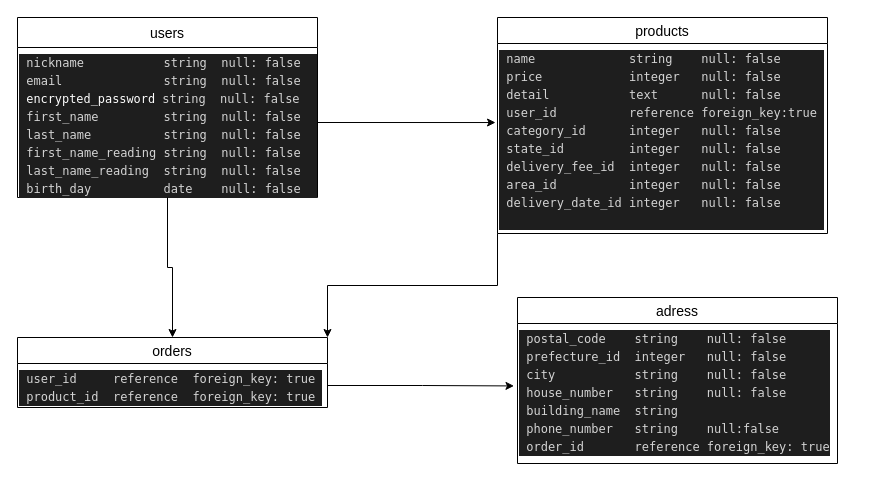
yuki986/furima-32624 keeps this draw.io diagram as furima.dio. Above is the earlier version. Source tidied: cells renumbered, new cells numbered last; positions are measured from the earlier drawing's top-left corner, leaving out a move shared by most shapes. Both pictures are drawn from the tidied source at 100%, with x=0, y=0 at pixel (17, 17).
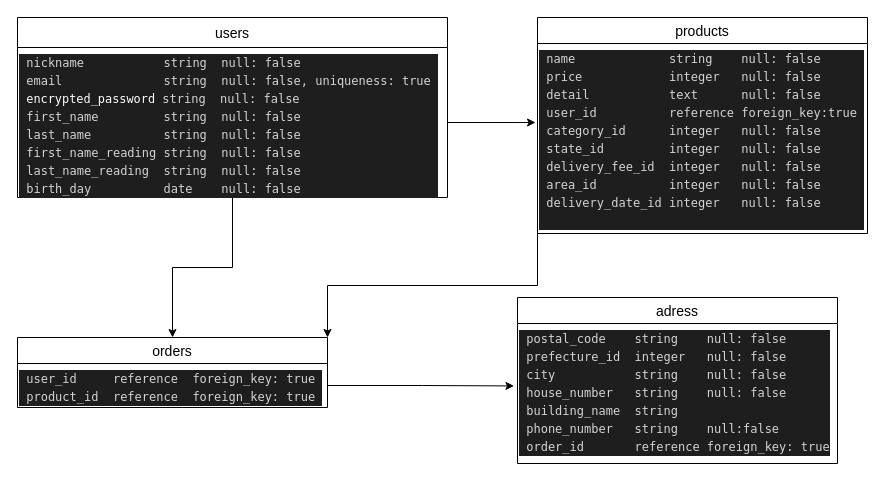
Above is the later version.

Change to the diagram source:
```diff
@@
 <mxGraphModel>
   <root>
     <mxCell id="0" />
     <mxCell id="1" parent="0" />
     <mxCell id="2" value="users" style="swimlane;fontStyle=0;horizontal=1;startSize=30;align=center;fontSize=14;" parent="1" vertex="1">
-      <mxGeometry width="300" height="180" as="geometry" />
+      <mxGeometry width="430" height="180" as="geometry" />
     </mxCell>
-    <mxCell id="3" value="&lt;div style=&quot;background-color: rgb(30 , 30 , 30) ; font-family: &amp;#34;menlo&amp;#34; , &amp;#34;monaco&amp;#34; , &amp;#34;courier new&amp;#34; , monospace ; font-weight: normal ; font-size: 12px ; line-height: 18px&quot;&gt;&lt;div style=&quot;color: rgb(212 , 212 , 212)&quot;&gt;&lt;span style=&quot;color: #d4d4d4&quot;&gt;&amp;nbsp;nickname&amp;nbsp; &amp;nbsp; &amp;nbsp; &amp;nbsp; &amp;nbsp; &amp;nbsp;string&amp;nbsp; null: false&amp;nbsp;&lt;/span&gt;&lt;/div&gt;&lt;div style=&quot;color: rgb(212 , 212 , 212)&quot;&gt;&lt;span style=&quot;color: #d4d4d4&quot;&gt;&amp;nbsp;email&amp;nbsp; &amp;nbsp; &amp;nbsp; &amp;nbsp; &amp;nbsp; &amp;nbsp; &amp;nbsp; string&amp;nbsp; null: false&amp;nbsp;&lt;/span&gt;&lt;/div&gt;&lt;div&gt;&lt;span style=&quot;color: rgb(212 , 212 , 212)&quot;&gt;&amp;nbsp;&lt;/span&gt;&lt;span style=&quot;background-color: rgba(27 , 31 , 35 , 0.05) ; font-size: 11.9px&quot;&gt;&lt;font color=&quot;#ffffff&quot;&gt;encrypted_password&lt;/font&gt;&lt;/span&gt;&lt;font color=&quot;#d4d4d4&quot;&gt;&amp;nbsp;string&amp;nbsp; null: false&amp;nbsp;&lt;/font&gt;&lt;/div&gt;&lt;div style=&quot;color: rgb(212 , 212 , 212)&quot;&gt;&lt;span style=&quot;color: #d4d4d4&quot;&gt;&amp;nbsp;first_name&amp;nbsp; &amp;nbsp; &amp;nbsp; &amp;nbsp; &amp;nbsp;string&amp;nbsp; null: false&amp;nbsp;&lt;/span&gt;&lt;/div&gt;&lt;div style=&quot;color: rgb(212 , 212 , 212)&quot;&gt;&lt;span style=&quot;color: #d4d4d4&quot;&gt;&amp;nbsp;last_name&amp;nbsp; &amp;nbsp; &amp;nbsp; &amp;nbsp; &amp;nbsp; string&amp;nbsp; null: false&amp;nbsp;&lt;/span&gt;&lt;/div&gt;&lt;div style=&quot;color: rgb(212 , 212 , 212)&quot;&gt;&lt;span style=&quot;color: #d4d4d4&quot;&gt;&amp;nbsp;first_name_reading string&amp;nbsp; null: false &lt;/span&gt;&amp;nbsp;last_name_reading&amp;nbsp; string&amp;nbsp; null: false&amp;nbsp;&lt;/div&gt;&lt;div style=&quot;color: rgb(212 , 212 , 212)&quot;&gt;&lt;span style=&quot;color: #d4d4d4&quot;&gt;&amp;nbsp;birth_day&amp;nbsp; &amp;nbsp; &amp;nbsp; &amp;nbsp; &amp;nbsp; date&amp;nbsp; &amp;nbsp; null: false&amp;nbsp;&lt;/span&gt;&lt;/div&gt;&lt;/div&gt;" style="text;whiteSpace=wrap;html=1;" parent="2" vertex="1">
-      <mxGeometry y="30" width="300" height="150" as="geometry" />
+    <mxCell id="3" value="&lt;div style=&quot;background-color: rgb(30 , 30 , 30) ; font-family: &amp;#34;menlo&amp;#34; , &amp;#34;monaco&amp;#34; , &amp;#34;courier new&amp;#34; , monospace ; font-weight: normal ; font-size: 12px ; line-height: 18px&quot;&gt;&lt;div style=&quot;color: rgb(212 , 212 , 212)&quot;&gt;&lt;span style=&quot;color: #d4d4d4&quot;&gt;&amp;nbsp;nickname&amp;nbsp; &amp;nbsp; &amp;nbsp; &amp;nbsp; &amp;nbsp; &amp;nbsp;string&amp;nbsp; null: false&amp;nbsp;&lt;/span&gt;&lt;/div&gt;&lt;div style=&quot;color: rgb(212 , 212 , 212)&quot;&gt;&lt;span style=&quot;color: #d4d4d4&quot;&gt;&amp;nbsp;email&amp;nbsp; &amp;nbsp; &amp;nbsp; &amp;nbsp; &amp;nbsp; &amp;nbsp; &amp;nbsp; string&amp;nbsp; null: false, uniqueness: true&amp;nbsp;&lt;/span&gt;&lt;/div&gt;&lt;div&gt;&lt;span style=&quot;color: rgb(212 , 212 , 212)&quot;&gt;&amp;nbsp;&lt;/span&gt;&lt;span style=&quot;background-color: rgba(27 , 31 , 35 , 0.05) ; font-size: 11.9px&quot;&gt;&lt;font color=&quot;#ffffff&quot;&gt;encrypted_password&lt;/font&gt;&lt;/span&gt;&lt;font color=&quot;#d4d4d4&quot;&gt;&amp;nbsp;string&amp;nbsp; null: false&amp;nbsp;&lt;/font&gt;&lt;/div&gt;&lt;div style=&quot;color: rgb(212 , 212 , 212)&quot;&gt;&lt;span style=&quot;color: #d4d4d4&quot;&gt;&amp;nbsp;first_name&amp;nbsp; &amp;nbsp; &amp;nbsp; &amp;nbsp; &amp;nbsp;string&amp;nbsp; null: false&amp;nbsp;&lt;/span&gt;&lt;/div&gt;&lt;div style=&quot;color: rgb(212 , 212 , 212)&quot;&gt;&lt;span style=&quot;color: #d4d4d4&quot;&gt;&amp;nbsp;last_name&amp;nbsp; &amp;nbsp; &amp;nbsp; &amp;nbsp; &amp;nbsp; string&amp;nbsp; null: false&amp;nbsp;&lt;/span&gt;&lt;/div&gt;&lt;div style=&quot;color: rgb(212 , 212 , 212)&quot;&gt;&lt;span style=&quot;color: #d4d4d4&quot;&gt;&amp;nbsp;first_name_reading string&amp;nbsp; null: false &lt;/span&gt;&amp;nbsp;&lt;/div&gt;&lt;div style=&quot;color: rgb(212 , 212 , 212)&quot;&gt;&amp;nbsp;last_name_reading&amp;nbsp; string&amp;nbsp; null: false&amp;nbsp;&lt;/div&gt;&lt;div style=&quot;color: rgb(212 , 212 , 212)&quot;&gt;&lt;span style=&quot;color: #d4d4d4&quot;&gt;&amp;nbsp;birth_day&amp;nbsp; &amp;nbsp; &amp;nbsp; &amp;nbsp; &amp;nbsp; date&amp;nbsp; &amp;nbsp; null: false&amp;nbsp;&lt;/span&gt;&lt;/div&gt;&lt;/div&gt;" style="text;whiteSpace=wrap;html=1;" parent="2" vertex="1">
+      <mxGeometry y="30" width="430" height="150" as="geometry" />
     </mxCell>
     <mxCell id="4" value="products" style="swimlane;fontStyle=0;horizontal=1;startSize=26;align=center;fontSize=14;" parent="1" vertex="1">
-      <mxGeometry x="480" width="330" height="216" as="geometry" />
+      <mxGeometry x="520" width="330" height="216" as="geometry" />
     </mxCell>
     <mxCell id="5" value="&lt;div style=&quot;color: rgb(212 , 212 , 212) ; background-color: rgb(30 , 30 , 30) ; font-family: &amp;#34;menlo&amp;#34; , &amp;#34;monaco&amp;#34; , &amp;#34;courier new&amp;#34; , monospace ; font-weight: normal ; font-size: 12px ; line-height: 18px&quot;&gt;&lt;div&gt;&lt;span style=&quot;color: #d4d4d4&quot;&gt;&amp;nbsp;name&amp;nbsp; &amp;nbsp; &amp;nbsp; &amp;nbsp; &amp;nbsp; &amp;nbsp; &amp;nbsp;string&amp;nbsp; &amp;nbsp; null: false&amp;nbsp;&lt;/span&gt;&lt;/div&gt;&lt;div&gt;&lt;span style=&quot;color: #d4d4d4&quot;&gt;&amp;nbsp;price&amp;nbsp; &amp;nbsp; &amp;nbsp; &amp;nbsp; &amp;nbsp; &amp;nbsp; integer&amp;nbsp; &amp;nbsp;null: false&amp;nbsp;&lt;/span&gt;&lt;/div&gt;&lt;div&gt;&lt;span style=&quot;color: #d4d4d4&quot;&gt;&amp;nbsp;detail&amp;nbsp; &amp;nbsp; &amp;nbsp; &amp;nbsp; &amp;nbsp; &amp;nbsp;text&amp;nbsp; &amp;nbsp; &amp;nbsp; null: false&amp;nbsp;&lt;/span&gt;&lt;/div&gt;&lt;div&gt;&amp;nbsp;user_id&amp;nbsp; &amp;nbsp; &amp;nbsp; &amp;nbsp; &amp;nbsp; reference foreign_key:true&amp;nbsp;&lt;/div&gt;&lt;div&gt;&lt;span style=&quot;color: #d4d4d4&quot;&gt;&amp;nbsp;category_id&amp;nbsp; &amp;nbsp; &amp;nbsp; integer&amp;nbsp; &amp;nbsp;null: false&amp;nbsp;&lt;/span&gt;&lt;/div&gt;&lt;div&gt;&lt;span style=&quot;color: #d4d4d4&quot;&gt;&amp;nbsp;state_id&amp;nbsp; &amp;nbsp; &amp;nbsp; &amp;nbsp; &amp;nbsp;integer&amp;nbsp; &amp;nbsp;null: false&amp;nbsp;&lt;/span&gt;&lt;/div&gt;&lt;div&gt;&lt;span style=&quot;color: #d4d4d4&quot;&gt;&amp;nbsp;delivery_fee_id&amp;nbsp; integer&amp;nbsp; &amp;nbsp;null: false&amp;nbsp;&lt;/span&gt;&lt;/div&gt;&lt;div&gt;&lt;span style=&quot;color: #d4d4d4&quot;&gt;&amp;nbsp;area_id&amp;nbsp; &amp;nbsp; &amp;nbsp; &amp;nbsp; &amp;nbsp; integer&amp;nbsp; &amp;nbsp;null: false&amp;nbsp; &amp;nbsp; &amp;nbsp;&amp;nbsp;&lt;/span&gt;&lt;/div&gt;&lt;div&gt;&lt;span style=&quot;color: #d4d4d4&quot;&gt;&amp;nbsp;delivery_date_id integer&amp;nbsp; &amp;nbsp;null: false&amp;nbsp; &amp;nbsp; &amp;nbsp;&amp;nbsp;&lt;/span&gt;&lt;/div&gt;&lt;br&gt;&lt;/div&gt;" style="text;whiteSpace=wrap;html=1;" parent="4" vertex="1">
       <mxGeometry y="26" width="330" height="190" as="geometry" />
     </mxCell>
     <mxCell id="6" value="adress" style="swimlane;fontStyle=0;horizontal=1;startSize=26;align=center;fontSize=14;" parent="1" vertex="1">
       <mxGeometry x="500" y="280" width="320" height="166" as="geometry" />
     </mxCell>
     <mxCell id="7" value="&lt;div style=&quot;color: rgb(212 , 212 , 212) ; background-color: rgb(30 , 30 , 30) ; font-family: &amp;#34;menlo&amp;#34; , &amp;#34;monaco&amp;#34; , &amp;#34;courier new&amp;#34; , monospace ; font-weight: normal ; font-size: 12px ; line-height: 18px&quot;&gt;&lt;div&gt;&lt;span style=&quot;color: #d4d4d4&quot;&gt;&amp;nbsp;postal_code&amp;nbsp; &amp;nbsp; string&amp;nbsp; &amp;nbsp; null: false&amp;nbsp;&lt;/span&gt;&lt;/div&gt;&lt;div&gt;&lt;span style=&quot;color: #d4d4d4&quot;&gt;&amp;nbsp;prefecture_id&amp;nbsp; integer&amp;nbsp; &amp;nbsp;null: false&amp;nbsp;&lt;/span&gt;&lt;/div&gt;&lt;div&gt;&lt;span style=&quot;color: #d4d4d4&quot;&gt;&amp;nbsp;city&amp;nbsp; &amp;nbsp; &amp;nbsp; &amp;nbsp; &amp;nbsp; &amp;nbsp;string&amp;nbsp; &amp;nbsp; null: false&amp;nbsp;&lt;/span&gt;&lt;/div&gt;&lt;div&gt;&lt;span style=&quot;color: #d4d4d4&quot;&gt;&amp;nbsp;house_number&amp;nbsp; &amp;nbsp;string&amp;nbsp; &amp;nbsp; null: false&amp;nbsp;&lt;/span&gt;&lt;/div&gt;&lt;div&gt;&lt;span style=&quot;color: #d4d4d4&quot;&gt;&amp;nbsp;building_name&amp;nbsp; string&amp;nbsp;&lt;/span&gt;&lt;/div&gt;&lt;div&gt;&lt;span style=&quot;color: #d4d4d4&quot;&gt;&amp;nbsp;phone_number&amp;nbsp; &amp;nbsp;string&amp;nbsp; &amp;nbsp; null:false&amp;nbsp;&lt;/span&gt;&lt;/div&gt;&amp;nbsp;order_id&amp;nbsp; &amp;nbsp; &amp;nbsp; &amp;nbsp;reference foreign_key: true&lt;/div&gt;" style="text;whiteSpace=wrap;html=1;" parent="6" vertex="1">
       <mxGeometry y="26" width="320" height="140" as="geometry" />
     </mxCell>
     <mxCell id="8" value="orders" style="swimlane;fontStyle=0;horizontal=1;startSize=26;align=center;fontSize=14;" parent="1" vertex="1">
       <mxGeometry y="320" width="310" height="70" as="geometry" />
     </mxCell>
     <mxCell id="9" value="&lt;div style=&quot;color: rgb(212 , 212 , 212) ; background-color: rgb(30 , 30 , 30) ; font-family: &amp;#34;menlo&amp;#34; , &amp;#34;monaco&amp;#34; , &amp;#34;courier new&amp;#34; , monospace ; font-weight: normal ; font-size: 12px ; line-height: 18px&quot;&gt;&lt;div&gt;&lt;span style=&quot;color: #d4d4d4&quot;&gt;&amp;nbsp;user_id&amp;nbsp; &amp;nbsp; &amp;nbsp;reference&amp;nbsp; foreign_key: true&amp;nbsp;&lt;/span&gt;&lt;/div&gt;&lt;div&gt;&lt;span style=&quot;color: #d4d4d4&quot;&gt;&amp;nbsp;product_id&amp;nbsp; reference&amp;nbsp; foreign_key: true&amp;nbsp;&lt;/span&gt;&lt;/div&gt;&lt;/div&gt;" style="text;whiteSpace=wrap;html=1;" parent="8" vertex="1">
       <mxGeometry y="26" width="310" height="44" as="geometry" />
     </mxCell>
     <mxCell id="10" style="edgeStyle=orthogonalEdgeStyle;rounded=0;jettySize=auto;html=1;entryX=0.5;entryY=0;entryDx=0;entryDy=0;" parent="1" edge="1" source="3" target="8">
       <mxGeometry relative="1" as="geometry" />
     </mxCell>
     <mxCell id="11" style="edgeStyle=orthogonalEdgeStyle;rounded=0;jettySize=auto;html=1;exitX=1;exitY=0.5;exitDx=0;exitDy=0;entryX=-0.011;entryY=0.446;entryDx=0;entryDy=0;entryPerimeter=0;" parent="1" edge="1" source="9" target="7">
       <mxGeometry relative="1" as="geometry" />
     </mxCell>
     <mxCell id="12" style="edgeStyle=orthogonalEdgeStyle;rounded=0;jettySize=auto;html=1;exitX=1;exitY=0.5;exitDx=0;exitDy=0;entryX=-0.006;entryY=0.416;entryDx=0;entryDy=0;entryPerimeter=0;" parent="1" edge="1" source="3" target="5">
       <mxGeometry relative="1" as="geometry" />
     </mxCell>
     <mxCell id="13" style="edgeStyle=orthogonalEdgeStyle;rounded=0;jettySize=auto;html=1;exitX=0;exitY=1;exitDx=0;exitDy=0;entryX=1;entryY=0;entryDx=0;entryDy=0;" parent="1" edge="1" source="5" target="8">
       <mxGeometry relative="1" as="geometry" />
     </mxCell>
   </root>
 </mxGraphModel>
```
